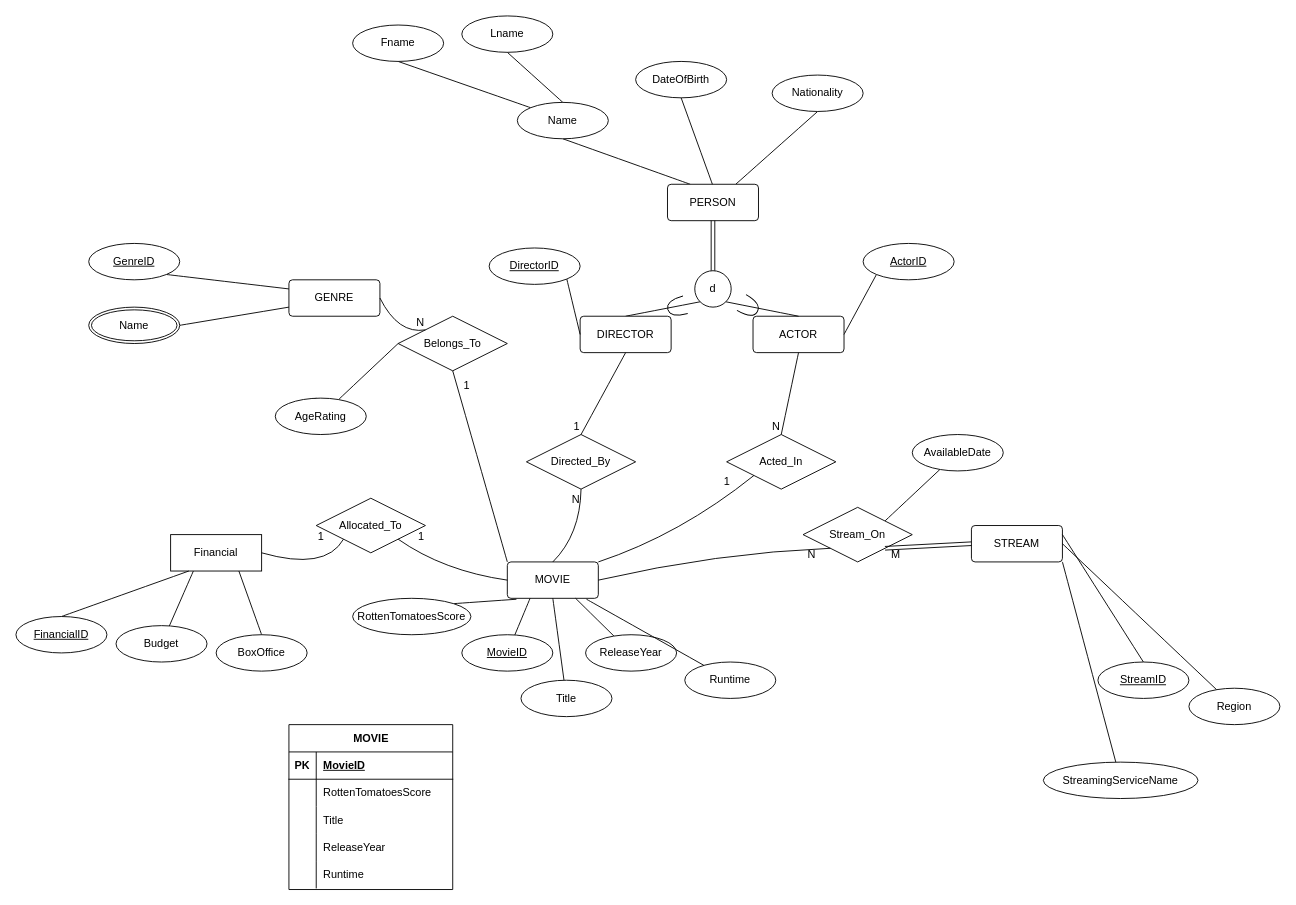
Above: MovieBaseEER.drawio in miguelTrC/MovieBaseDB (draw.io), before the change. Source tidied: cells renumbered, new cells numbered last; positions are measured from the earlier drawing's top-left corner, leaving out a move shared by most shapes. Both pictures are drawn from the tidied source at 91%, with x=0, y=0 at pixel (15, 15).
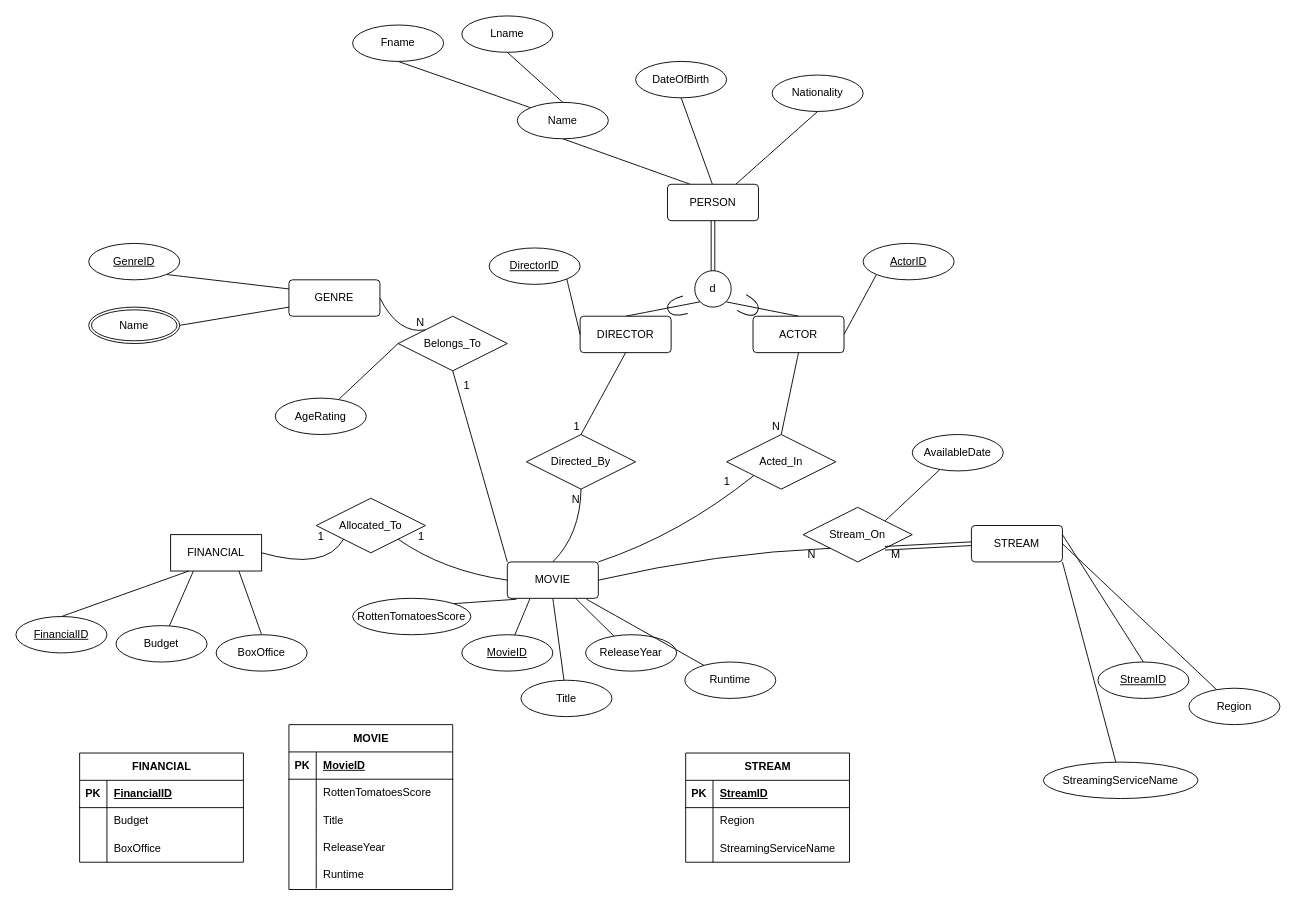
The same page after the edit.

Commit message:
Working on relations table

The edit, as a diff of the source:
```diff
@@
-    <mxCell id="78" value="Financial" style="whiteSpace=wrap;html=1;align=center;" parent="1" vertex="1">
+    <mxCell id="78" value="FINANCIAL" style="whiteSpace=wrap;html=1;align=center;" parent="1" vertex="1">
       <mxGeometry x="170" y="570" width="100" height="40" as="geometry" />
     </mxCell>
@@
+    <mxCell id="102" value="STREAM" style="shape=table;startSize=30;childLayout=tableLayout;rowLines=0;fontStyle=1;align=center;html=1;" parent="1" vertex="1">
+      <mxGeometry x="736" y="810" width="180" height="120" as="geometry" />
+    </mxCell>
+    <mxCell id="103" style="shape=tableRow;horizontal=0;startSize=0;swimlaneHead=0;swimlaneBody=0;fillColor=none;top=0;left=0;right=0;bottom=1;" parent="102" vertex="1">
+      <mxGeometry y="30" width="180" height="30" as="geometry" />
+    </mxCell>
+    <mxCell id="104" value="PK" style="shape=partialRectangle;fillColor=none;top=0;left=0;bottom=0;right=0;fontStyle=1;overflow=hidden;whiteSpace=wrap;html=1;" parent="103" vertex="1">
+      <mxGeometry width="30" height="30" as="geometry" />
+    </mxCell>
+    <mxCell id="105" value="StreamID" style="shape=partialRectangle;fillColor=none;top=0;left=0;bottom=0;right=0;align=left;spacingLeft=6;fontStyle=5;overflow=hidden;whiteSpace=wrap;html=1;" parent="103" vertex="1">
+      <mxGeometry x="30" width="150" height="30" as="geometry" />
+    </mxCell>
+    <mxCell id="106" style="shape=tableRow;horizontal=0;startSize=0;swimlaneHead=0;swimlaneBody=0;fillColor=none;top=0;left=0;right=0;bottom=0;" parent="102" vertex="1">
+      <mxGeometry y="60" width="180" height="30" as="geometry" />
+    </mxCell>
+    <mxCell id="107" style="shape=partialRectangle;fillColor=none;top=0;left=0;bottom=0;right=0;overflow=hidden;whiteSpace=wrap;html=1;" parent="106" vertex="1">
+      <mxGeometry width="30" height="30" as="geometry" />
+    </mxCell>
+    <mxCell id="108" value="Region" style="shape=partialRectangle;fillColor=none;top=0;left=0;bottom=0;right=0;align=left;spacingLeft=6;overflow=hidden;whiteSpace=wrap;html=1;" parent="106" vertex="1">
+      <mxGeometry x="30" width="150" height="30" as="geometry" />
+    </mxCell>
+    <mxCell id="109" style="shape=tableRow;horizontal=0;startSize=0;swimlaneHead=0;swimlaneBody=0;fillColor=none;top=0;left=0;right=0;bottom=0;" parent="102" vertex="1">
+      <mxGeometry y="90" width="180" height="30" as="geometry" />
+    </mxCell>
+    <mxCell id="110" style="shape=partialRectangle;fillColor=none;top=0;left=0;bottom=0;right=0;overflow=hidden;whiteSpace=wrap;html=1;" parent="109" vertex="1">
+      <mxGeometry width="30" height="30" as="geometry" />
+    </mxCell>
+    <mxCell id="111" value="StreamingServiceName" style="shape=partialRectangle;fillColor=none;top=0;left=0;bottom=0;right=0;align=left;spacingLeft=6;overflow=hidden;whiteSpace=wrap;html=1;" parent="109" vertex="1">
+      <mxGeometry x="30" width="150" height="30" as="geometry" />
+    </mxCell>
+    <mxCell id="112" value="FINANCIAL" style="shape=table;startSize=30;childLayout=tableLayout;rowLines=0;fontStyle=1;align=center;html=1;" parent="1" vertex="1">
+      <mxGeometry x="70" y="810" width="180" height="120" as="geometry" />
+    </mxCell>
+    <mxCell id="113" style="shape=tableRow;horizontal=0;startSize=0;swimlaneHead=0;swimlaneBody=0;fillColor=none;top=0;left=0;right=0;bottom=1;" parent="112" vertex="1">
+      <mxGeometry y="30" width="180" height="30" as="geometry" />
+    </mxCell>
+    <mxCell id="114" value="PK" style="shape=partialRectangle;fillColor=none;top=0;left=0;bottom=0;right=0;fontStyle=1;overflow=hidden;whiteSpace=wrap;html=1;" parent="113" vertex="1">
+      <mxGeometry width="30" height="30" as="geometry" />
+    </mxCell>
+    <mxCell id="115" value="FinancialID" style="shape=partialRectangle;fillColor=none;top=0;left=0;bottom=0;right=0;align=left;spacingLeft=6;fontStyle=5;overflow=hidden;whiteSpace=wrap;html=1;" parent="113" vertex="1">
+      <mxGeometry x="30" width="150" height="30" as="geometry" />
+    </mxCell>
+    <mxCell id="116" style="shape=tableRow;horizontal=0;startSize=0;swimlaneHead=0;swimlaneBody=0;fillColor=none;top=0;left=0;right=0;bottom=0;" parent="112" vertex="1">
+      <mxGeometry y="60" width="180" height="30" as="geometry" />
+    </mxCell>
+    <mxCell id="117" style="shape=partialRectangle;fillColor=none;top=0;left=0;bottom=0;right=0;overflow=hidden;whiteSpace=wrap;html=1;" parent="116" vertex="1">
+      <mxGeometry width="30" height="30" as="geometry" />
+    </mxCell>
+    <mxCell id="118" value="Budget" style="shape=partialRectangle;fillColor=none;top=0;left=0;bottom=0;right=0;align=left;spacingLeft=6;overflow=hidden;whiteSpace=wrap;html=1;" parent="116" vertex="1">
+      <mxGeometry x="30" width="150" height="30" as="geometry" />
+    </mxCell>
+    <mxCell id="119" style="shape=tableRow;horizontal=0;startSize=0;swimlaneHead=0;swimlaneBody=0;fillColor=none;top=0;left=0;right=0;bottom=0;" parent="112" vertex="1">
+      <mxGeometry y="90" width="180" height="30" as="geometry" />
+    </mxCell>
+    <mxCell id="120" style="shape=partialRectangle;fillColor=none;top=0;left=0;bottom=0;right=0;overflow=hidden;whiteSpace=wrap;html=1;" parent="119" vertex="1">
+      <mxGeometry width="30" height="30" as="geometry" />
+    </mxCell>
+    <mxCell id="121" value="BoxOffice" style="shape=partialRectangle;fillColor=none;top=0;left=0;bottom=0;right=0;align=left;spacingLeft=6;overflow=hidden;whiteSpace=wrap;html=1;" parent="119" vertex="1">
+      <mxGeometry x="30" width="150" height="30" as="geometry" />
+    </mxCell>
```
